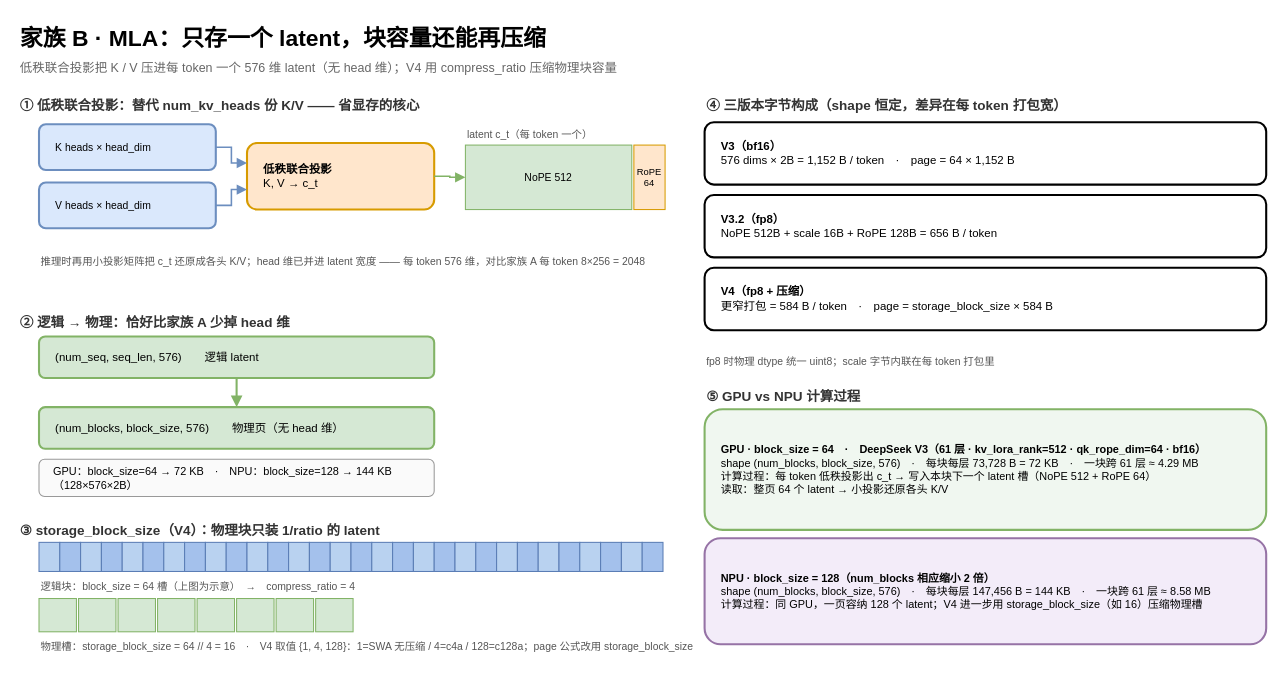
The draw.io diagram page "6. 家族 B · MLA" (6 of 9) of vllm/v1/core/kvcache_draw_ppt/kvcache_attention_ppt.drawio in GoCHug/vllm, before the edit. Source tidied: cells renumbered, new cells numbered last; positions are measured from the earlier drawing's top-left corner, leaving out a move shared by most shapes. Both pictures are drawn from the tidied source at 104%, with x=0, y=0 at pixel (18, 18).
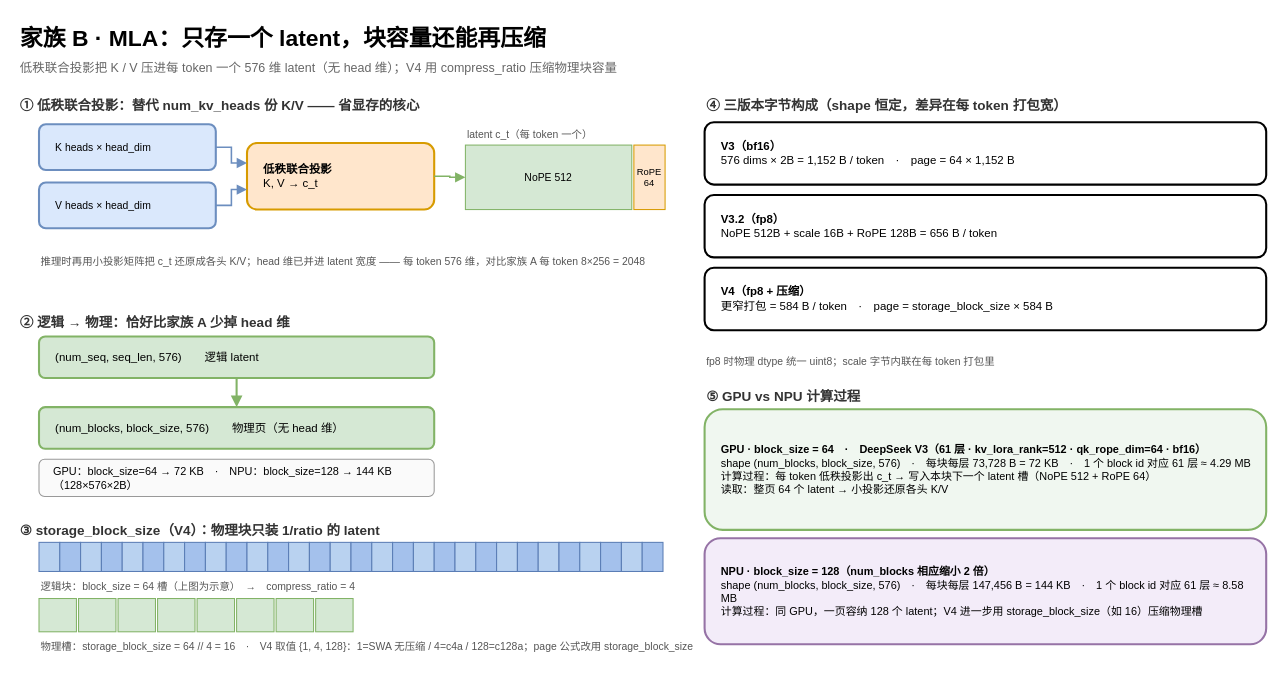
The same diagram, later.

Change to the diagram source:
```diff
@@
-    <mxCell id="67" value="&lt;b&gt;GPU · block_size = 64　·　DeepSeek V3（61 层 · kv_lora_rank=512 · qk_rope_dim=64 · bf16）&lt;/b&gt;&lt;br&gt;shape (num_blocks, block_size, 576)　·　每块每层 73,728 B = 72 KB　·　一块跨 61 层 ≈ 4.29 MB&lt;br&gt;计算过程：每 token 低秩投影出 c_t → 写入本块下一个 latent 槽（NoPE 512 + RoPE 64）&lt;br&gt;读取：整页 64 个 latent → 小投影还原各头 K/V" style="rounded=1;whiteSpace=wrap;html=1;verticalAlign=middle;align=left;spacingLeft=14;spacingRight=10;fontSize=10.5;strokeWidth=2;fillColor=#f0f7f0;strokeColor=#82b366;" parent="1" vertex="1">
+    <mxCell id="67" value="&lt;b&gt;GPU · block_size = 64　·　DeepSeek V3（61 层 · kv_lora_rank=512 · qk_rope_dim=64 · bf16）&lt;/b&gt;&lt;br&gt;shape (num_blocks, block_size, 576)　·　每块每层 73,728 B = 72 KB　·　1 个 block id 对应 61 层 ≈ 4.29 MB&lt;br&gt;计算过程：每 token 低秩投影出 c_t → 写入本块下一个 latent 槽（NoPE 512 + RoPE 64）&lt;br&gt;读取：整页 64 个 latent → 小投影还原各头 K/V" style="rounded=1;whiteSpace=wrap;html=1;verticalAlign=middle;align=left;spacingLeft=14;spacingRight=10;fontSize=10.5;strokeWidth=2;fillColor=#f0f7f0;strokeColor=#82b366;" parent="1" vertex="1">
       <mxGeometry x="660" y="376" width="540" height="116" as="geometry" />
     </mxCell>
-    <mxCell id="68" value="&lt;b&gt;NPU · block_size = 128（num_blocks 相应缩小 2 倍）&lt;/b&gt;&lt;br&gt;shape (num_blocks, block_size, 576)　·　每块每层 147,456 B = 144 KB　·　一块跨 61 层 ≈ 8.58 MB&lt;br&gt;计算过程：同 GPU，一页容纳 128 个 latent；V4 进一步用 storage_block_size（如 16）压缩物理槽" style="rounded=1;whiteSpace=wrap;html=1;verticalAlign=middle;align=left;spacingLeft=14;spacingRight=10;fontSize=10.5;strokeWidth=2;fillColor=#f3ecf9;strokeColor=#9673a6;" parent="1" vertex="1">
+    <mxCell id="68" value="&lt;b&gt;NPU · block_size = 128（num_blocks 相应缩小 2 倍）&lt;/b&gt;&lt;br&gt;shape (num_blocks, block_size, 576)　·　每块每层 147,456 B = 144 KB　·　1 个 block id 对应 61 层 ≈ 8.58 MB&lt;br&gt;计算过程：同 GPU，一页容纳 128 个 latent；V4 进一步用 storage_block_size（如 16）压缩物理槽" style="rounded=1;whiteSpace=wrap;html=1;verticalAlign=middle;align=left;spacingLeft=14;spacingRight=10;fontSize=10.5;strokeWidth=2;fillColor=#f3ecf9;strokeColor=#9673a6;" parent="1" vertex="1">
       <mxGeometry x="660" y="500" width="540" height="102" as="geometry" />
     </mxCell>
```
